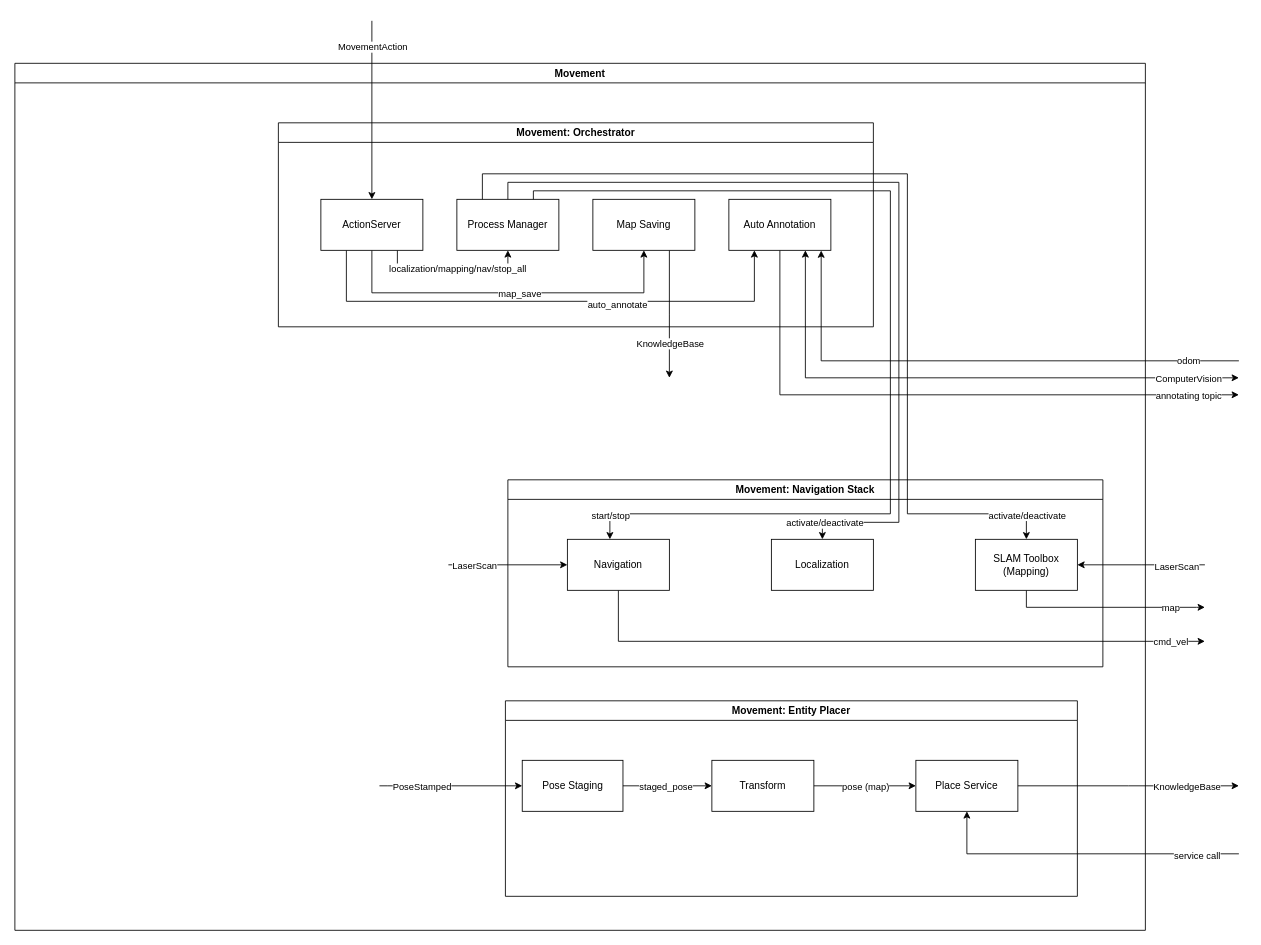
Before: page "Movement Whiteboxes" (3 of 56) of doc/drawio_templates/manipulation_block_view.drawio in una-auxme/arlab, a draw.io diagram. Source tidied: cells renumbered, new cells numbered last; positions are measured from the earlier drawing's top-left corner, leaving out a move shared by most shapes. Both pictures are drawn from the tidied source at 85%, with x=0, y=0 at pixel (14, 20).
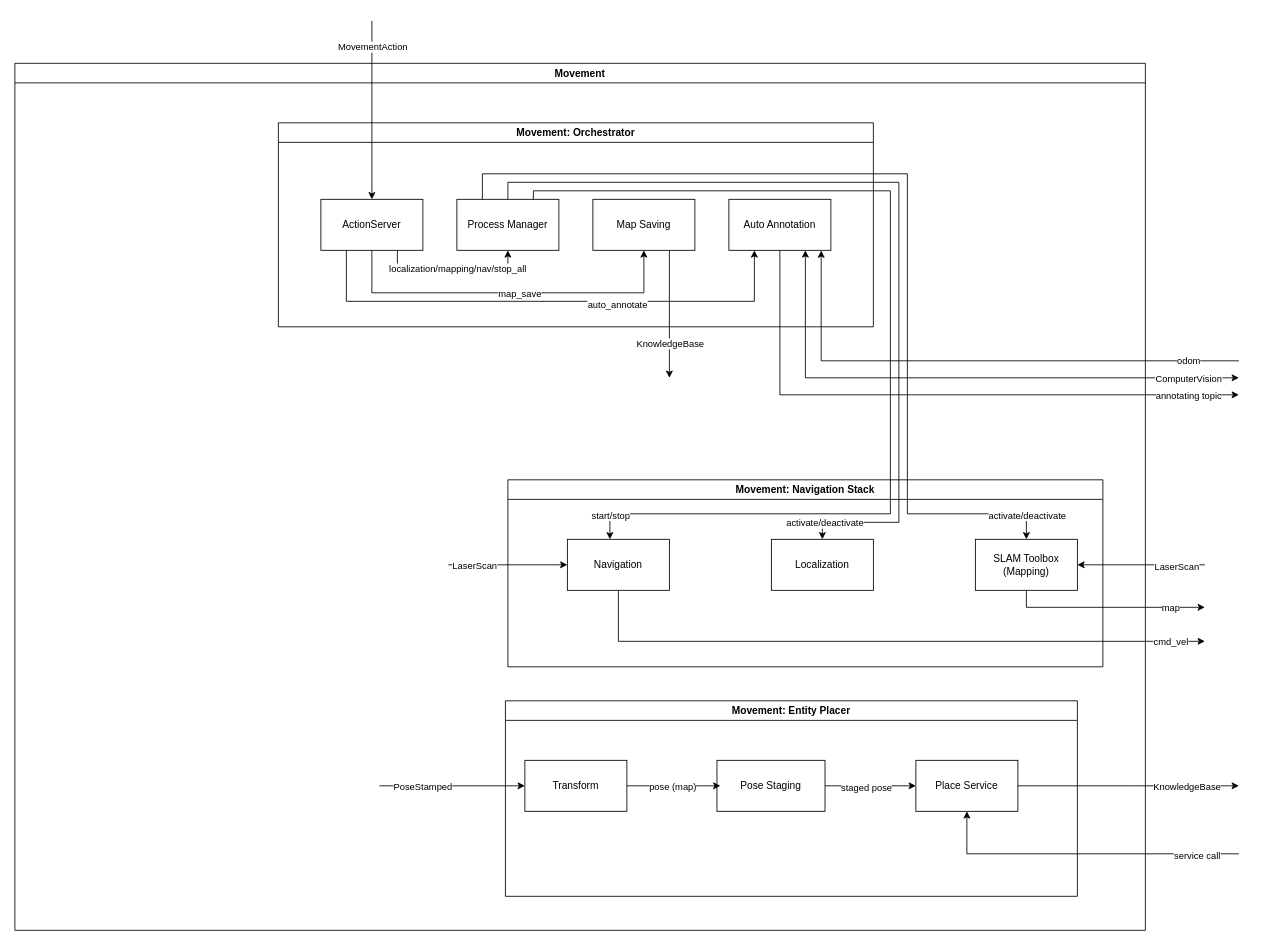
The same page after the edit.

Unchanged cells that the change refers to:
```xml
<mxCell id="42" value="Movement: Entity Placer" style="swimlane;whiteSpace=wrap;html=1;" parent="41" vertex="1">
  <mxGeometry x="237.1" y="20" width="672.9" height="230" as="geometry" />
</mxCell>
<mxCell id="48" value="Place Service" style="whiteSpace=wrap;html=1;rounded=0;" parent="42" vertex="1">
  <mxGeometry x="482.9" y="70" width="120" height="60" as="geometry" />
</mxCell>
```

Change to the diagram source:
```diff
@@
-    <mxCell id="43" style="edgeStyle=orthogonalEdgeStyle;rounded=0;orthogonalLoop=1;jettySize=auto;html=1;endArrow=none;endFill=0;startArrow=classic;startFill=1;" parent="42" edge="1">
+    <mxCell id="43" style="edgeStyle=orthogonalEdgeStyle;rounded=0;jettySize=auto;html=1;endArrow=none;endFill=0;startArrow=classic;startFill=1;exitX=0;exitY=0.5;exitDx=0;exitDy=0;" parent="42" edge="1" source="49">
       <mxGeometry relative="1" as="geometry">
-        <mxPoint x="19.8" y="100" as="sourcePoint" />
         <mxPoint x="-148.2" y="100" as="targetPoint" />
-        <Array as="points">
-          <mxPoint x="-138.3" y="100" />
-          <mxPoint x="-138.3" y="100" />
-        </Array>
       </mxGeometry>
     </mxCell>
@@
+    <mxCell id="58" style="edgeStyle=orthogonalEdgeStyle;rounded=0;jettySize=auto;html=1;exitX=1;exitY=0.5;exitDx=0;exitDy=0;" parent="42" edge="1" source="45">
+      <mxGeometry relative="1" as="geometry">
+        <mxPoint x="482.9" y="100" as="targetPoint" />
+      </mxGeometry>
+    </mxCell>
+    <mxCell id="59" value="staged pose" style="edgeLabel;html=1;align=center;verticalAlign=middle;" parent="58" vertex="1">
+      <mxGeometry x="-0.1" y="-1" relative="1" as="geometry" />
+    </mxCell>
     <mxCell id="45" value="Pose Staging" style="rounded=0;whiteSpace=wrap;html=1;" parent="42" vertex="1">
-      <mxGeometry x="19.8" y="70" width="118.5" height="60" as="geometry" />
+      <mxGeometry x="248.9" y="70" width="127.1" height="60" as="geometry" />
     </mxCell>
@@
+    <mxCell id="60" style="edgeStyle=orthogonalEdgeStyle;rounded=0;jettySize=auto;html=1;exitX=1;exitY=0.5;exitDx=0;exitDy=0;" parent="42" edge="1" source="49">
+      <mxGeometry relative="1" as="geometry">
+        <mxPoint x="252.9" y="100" as="targetPoint" />
+      </mxGeometry>
+    </mxCell>
+    <mxCell id="53" value="pose (map)" style="edgeLabel;html=1;align=center;verticalAlign=middle;" parent="60" vertex="1">
+      <mxGeometry x="-0.04" relative="1" as="geometry" />
+    </mxCell>
     <mxCell id="49" value="Transform" style="rounded=0;whiteSpace=wrap;html=1;" parent="42" vertex="1">
-      <mxGeometry x="242.9" y="70" width="120" height="60" as="geometry" />
+      <mxGeometry x="22.9" y="70" width="120" height="60" as="geometry" />
     </mxCell>
-    <mxCell id="50" style="edgeStyle=orthogonalEdgeStyle;rounded=0;jettySize=auto;html=1;" parent="42" edge="1" source="45" target="49">
-      <mxGeometry relative="1" as="geometry" />
-    </mxCell>
-    <mxCell id="51" value="staged_pose" style="edgeLabel;html=1;align=center;verticalAlign=middle;" parent="50" vertex="1">
-      <mxGeometry x="-0.04" y="-1" relative="1" as="geometry">
-        <mxPoint y="-1" as="offset" />
-      </mxGeometry>
-    </mxCell>
-    <mxCell id="52" style="edgeStyle=orthogonalEdgeStyle;rounded=0;jettySize=auto;html=1;" parent="42" edge="1" source="49" target="48">
-      <mxGeometry relative="1" as="geometry" />
-    </mxCell>
-    <mxCell id="53" value="pose (map)" style="edgeLabel;html=1;align=center;verticalAlign=middle;" parent="52" vertex="1">
-      <mxGeometry x="-0.28" y="2" relative="1" as="geometry">
-        <mxPoint x="17" y="2" as="offset" />
-      </mxGeometry>
-    </mxCell>
```
